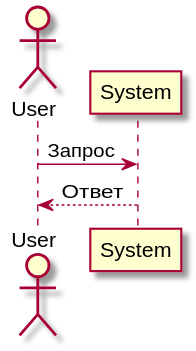
This is docs/diagrams/diagram_7.svg from shutova-olga/saba-0625, a PlantUML export, as it was before one commit.
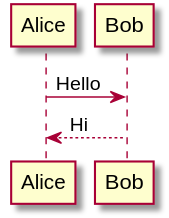
The same file after the commit.

The edit, as a diff of the source:
```diff
@@ -1,5 +1,4 @@
 @startuml
-actor User
-User -> System: Запрос
-System --> User: Ответ
+Alice -> Bob: Hello
+Bob --> Alice: Hi
 @enduml
```
